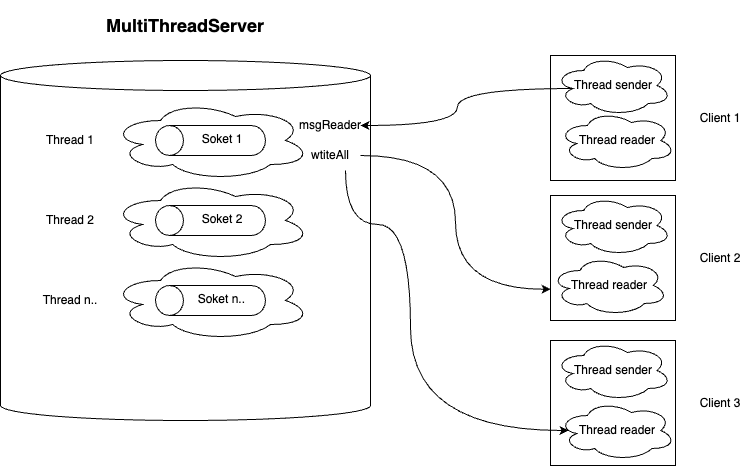
Earlier version of the draw.io export Diag.png (dmitryhatsayuk/SuperChat2). Source tidied: cells renumbered, new cells last; positions are measured from the earlier drawing's top-left corner, leaving out a move shared by most shapes. Its diagram source:
```xml
<mxGraphModel>
  <root>
    <mxCell id="0" />
    <mxCell id="1" parent="0" />
    <mxCell id="2" style="shape=cylinder3;whiteSpace=wrap;html=1;boundedLbl=1;backgroundOutline=1;size=15;" parent="1" vertex="1">
      <mxGeometry y="50" width="370" height="360" as="geometry" />
    </mxCell>
    <mxCell id="3" style="ellipse;shape=cloud;whiteSpace=wrap;html=1;" parent="1" vertex="1">
      <mxGeometry x="110" y="170" width="200" height="80" as="geometry" />
    </mxCell>
    <mxCell id="4" style="edgeStyle=orthogonalEdgeStyle;curved=1;rounded=0;jettySize=auto;html=1;entryX=0;entryY=0.75;entryDx=0;entryDy=0;exitX=1;exitY=0.5;exitDx=0;exitDy=0;" parent="1" edge="1" source="26" target="15">
      <mxGeometry relative="1" as="geometry" />
    </mxCell>
    <mxCell id="5" style="ellipse;shape=cloud;whiteSpace=wrap;html=1;" parent="1" vertex="1">
      <mxGeometry x="110" y="90" width="200" height="80" as="geometry" />
    </mxCell>
    <mxCell id="6" style="ellipse;shape=cloud;whiteSpace=wrap;html=1;" parent="1" vertex="1">
      <mxGeometry x="110" y="250" width="200" height="80" as="geometry" />
    </mxCell>
    <mxCell id="7" value="Soket 1" style="shape=cylinder3;whiteSpace=wrap;html=1;boundedLbl=1;backgroundOutline=1;size=14;rotation=-90;direction=east;textDirection=vertical-lr;" parent="1" vertex="1">
      <mxGeometry x="195" y="75" width="30" height="110" as="geometry" />
    </mxCell>
    <mxCell id="8" value="Soket 2" style="shape=cylinder3;whiteSpace=wrap;html=1;boundedLbl=1;backgroundOutline=1;size=14;rotation=-90;direction=east;textDirection=vertical-lr;" parent="1" vertex="1">
      <mxGeometry x="195" y="155" width="30" height="110" as="geometry" />
    </mxCell>
    <mxCell id="9" value="Soket n.." style="shape=cylinder3;whiteSpace=wrap;html=1;boundedLbl=1;backgroundOutline=1;size=14;rotation=-90;direction=east;textDirection=vertical-lr;" parent="1" vertex="1">
      <mxGeometry x="195" y="235" width="30" height="110" as="geometry" />
    </mxCell>
    <mxCell id="10" value="Thread 1" style="text;html=1;align=center;verticalAlign=middle;whiteSpace=wrap;rounded=0;" parent="1" vertex="1">
      <mxGeometry x="40" y="115" width="60" height="30" as="geometry" />
    </mxCell>
    <mxCell id="11" value="Thread 2" style="text;html=1;align=center;verticalAlign=middle;whiteSpace=wrap;rounded=0;" parent="1" vertex="1">
      <mxGeometry x="40" y="195" width="60" height="30" as="geometry" />
    </mxCell>
    <mxCell id="12" value="Thread n.." style="text;html=1;align=center;verticalAlign=middle;whiteSpace=wrap;rounded=0;" parent="1" vertex="1">
      <mxGeometry x="40" y="275" width="60" height="30" as="geometry" />
    </mxCell>
    <mxCell id="13" value="&lt;h2&gt;MultiThreadServer&lt;/h2&gt;" style="text;html=1;align=center;verticalAlign=middle;whiteSpace=wrap;rounded=0;" parent="1" vertex="1">
      <mxGeometry x="155" width="60" height="30" as="geometry" />
    </mxCell>
    <mxCell id="14" style="whiteSpace=wrap;html=1;" parent="1" vertex="1">
      <mxGeometry x="550" y="45" width="125" height="125" as="geometry" />
    </mxCell>
    <mxCell id="15" style="whiteSpace=wrap;html=1;" parent="1" vertex="1">
      <mxGeometry x="550" y="185" width="125" height="125" as="geometry" />
    </mxCell>
    <mxCell id="16" style="whiteSpace=wrap;html=1;" parent="1" vertex="1">
      <mxGeometry x="550" y="330" width="125" height="125" as="geometry" />
    </mxCell>
    <mxCell id="17" value="Thread sender" style="ellipse;shape=cloud;whiteSpace=wrap;html=1;" parent="1" vertex="1">
      <mxGeometry x="553.8" y="45" width="117.5" height="60" as="geometry" />
    </mxCell>
    <mxCell id="18" value="Thread reader" style="ellipse;shape=cloud;whiteSpace=wrap;html=1;" parent="1" vertex="1">
      <mxGeometry x="557.5" y="100" width="117.5" height="60" as="geometry" />
    </mxCell>
    <mxCell id="19" value="Thread sender" style="ellipse;shape=cloud;whiteSpace=wrap;html=1;" parent="1" vertex="1">
      <mxGeometry x="553.8" y="185" width="117.5" height="60" as="geometry" />
    </mxCell>
    <mxCell id="20" value="Thread reader" style="ellipse;shape=cloud;whiteSpace=wrap;html=1;" parent="1" vertex="1">
      <mxGeometry x="550" y="245" width="117.5" height="60" as="geometry" />
    </mxCell>
    <mxCell id="21" value="Thread sender" style="ellipse;shape=cloud;whiteSpace=wrap;html=1;" parent="1" vertex="1">
      <mxGeometry x="553.8" y="330" width="117.5" height="60" as="geometry" />
    </mxCell>
    <mxCell id="22" value="Thread reader" style="ellipse;shape=cloud;whiteSpace=wrap;html=1;" parent="1" vertex="1">
      <mxGeometry x="557.5" y="390" width="117.5" height="60" as="geometry" />
    </mxCell>
    <mxCell id="23" style="edgeStyle=orthogonalEdgeStyle;curved=1;rounded=0;jettySize=auto;html=1;exitX=0.75;exitY=1;exitDx=0;exitDy=0;entryX=0.089;entryY=0.517;entryDx=0;entryDy=0;entryPerimeter=0;" parent="1" edge="1" source="26" target="22">
      <mxGeometry relative="1" as="geometry">
        <Array as="points">
          <mxPoint x="345" y="214" />
          <mxPoint x="410" y="214" />
          <mxPoint x="410" y="420" />
        </Array>
      </mxGeometry>
    </mxCell>
    <mxCell id="24" style="edgeStyle=orthogonalEdgeStyle;curved=1;rounded=0;jettySize=auto;html=1;exitX=0.16;exitY=0.55;exitDx=0;exitDy=0;exitPerimeter=0;entryX=1;entryY=0.5;entryDx=0;entryDy=0;" parent="1" edge="1" source="17" target="25">
      <mxGeometry relative="1" as="geometry" />
    </mxCell>
    <mxCell id="25" value="msgReader" style="text;html=1;align=center;verticalAlign=middle;whiteSpace=wrap;rounded=0;" parent="1" vertex="1">
      <mxGeometry x="300" y="100" width="60" height="30" as="geometry" />
    </mxCell>
    <mxCell id="26" value="wtiteAll" style="text;html=1;align=center;verticalAlign=middle;whiteSpace=wrap;rounded=0;" parent="1" vertex="1">
      <mxGeometry x="300" y="130" width="60" height="30" as="geometry" />
    </mxCell>
    <mxCell id="27" value="Client 1" style="text;html=1;align=center;verticalAlign=middle;whiteSpace=wrap;rounded=0;" parent="1" vertex="1">
      <mxGeometry x="690" y="92.5" width="60" height="30" as="geometry" />
    </mxCell>
    <mxCell id="28" value="Client 2" style="text;html=1;align=center;verticalAlign=middle;whiteSpace=wrap;rounded=0;" parent="1" vertex="1">
      <mxGeometry x="690" y="232.5" width="60" height="30" as="geometry" />
    </mxCell>
    <mxCell id="29" value="Client 3" style="text;html=1;align=center;verticalAlign=middle;whiteSpace=wrap;rounded=0;" parent="1" vertex="1">
      <mxGeometry x="690" y="377.5" width="60" height="30" as="geometry" />
    </mxCell>
  </root>
</mxGraphModel>
```
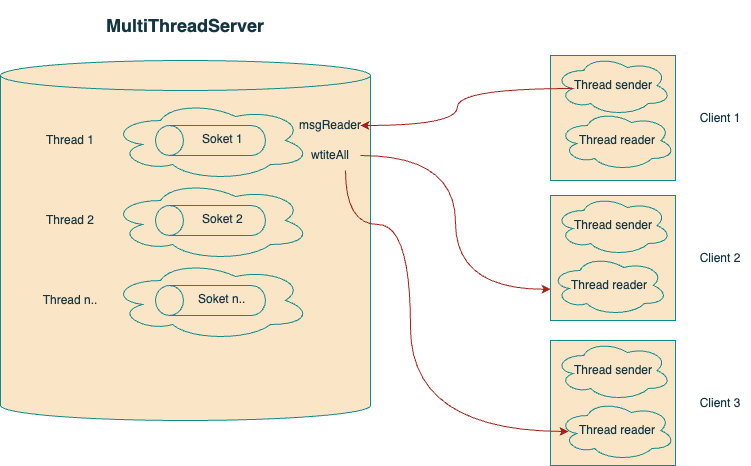
After the change.

The edit, as a diff of the source:
```diff
@@ -2,70 +2,70 @@
   <root>
     <mxCell id="0" />
     <mxCell id="1" parent="0" />
-    <mxCell id="2" style="shape=cylinder3;whiteSpace=wrap;html=1;boundedLbl=1;backgroundOutline=1;size=15;" parent="1" vertex="1">
+    <mxCell id="2" style="shape=cylinder3;whiteSpace=wrap;html=1;boundedLbl=1;backgroundOutline=1;size=15;labelBackgroundColor=none;fillColor=#FAE5C7;strokeColor=#0F8B8D;fontColor=#143642;" parent="1" vertex="1">
       <mxGeometry y="50" width="370" height="360" as="geometry" />
     </mxCell>
-    <mxCell id="3" style="ellipse;shape=cloud;whiteSpace=wrap;html=1;" parent="1" vertex="1">
+    <mxCell id="3" style="ellipse;shape=cloud;whiteSpace=wrap;html=1;labelBackgroundColor=none;fillColor=#FAE5C7;strokeColor=#0F8B8D;fontColor=#143642;" parent="1" vertex="1">
       <mxGeometry x="110" y="170" width="200" height="80" as="geometry" />
     </mxCell>
-    <mxCell id="4" style="edgeStyle=orthogonalEdgeStyle;curved=1;rounded=0;jettySize=auto;html=1;entryX=0;entryY=0.75;entryDx=0;entryDy=0;exitX=1;exitY=0.5;exitDx=0;exitDy=0;" parent="1" edge="1" source="26" target="15">
+    <mxCell id="4" style="edgeStyle=orthogonalEdgeStyle;curved=1;rounded=0;jettySize=auto;html=1;entryX=0;entryY=0.75;entryDx=0;entryDy=0;exitX=1;exitY=0.5;exitDx=0;exitDy=0;labelBackgroundColor=none;strokeColor=#A8201A;fontColor=default;" parent="1" edge="1" source="26" target="15">
       <mxGeometry relative="1" as="geometry" />
     </mxCell>
-    <mxCell id="5" style="ellipse;shape=cloud;whiteSpace=wrap;html=1;" parent="1" vertex="1">
+    <mxCell id="5" style="ellipse;shape=cloud;whiteSpace=wrap;html=1;labelBackgroundColor=none;fillColor=#FAE5C7;strokeColor=#0F8B8D;fontColor=#143642;" parent="1" vertex="1">
       <mxGeometry x="110" y="90" width="200" height="80" as="geometry" />
     </mxCell>
-    <mxCell id="6" style="ellipse;shape=cloud;whiteSpace=wrap;html=1;" parent="1" vertex="1">
+    <mxCell id="6" style="ellipse;shape=cloud;whiteSpace=wrap;html=1;labelBackgroundColor=none;fillColor=#FAE5C7;strokeColor=#0F8B8D;fontColor=#143642;" parent="1" vertex="1">
       <mxGeometry x="110" y="250" width="200" height="80" as="geometry" />
     </mxCell>
-    <mxCell id="7" value="Soket 1" style="shape=cylinder3;whiteSpace=wrap;html=1;boundedLbl=1;backgroundOutline=1;size=14;rotation=-90;direction=east;textDirection=vertical-lr;" parent="1" vertex="1">
+    <mxCell id="7" value="Soket 1" style="shape=cylinder3;whiteSpace=wrap;html=1;boundedLbl=1;backgroundOutline=1;size=14;rotation=-90;direction=east;textDirection=vertical-lr;labelBackgroundColor=none;fillColor=#FAE5C7;strokeColor=#0F8B8D;fontColor=#143642;" parent="1" vertex="1">
       <mxGeometry x="195" y="75" width="30" height="110" as="geometry" />
     </mxCell>
-    <mxCell id="8" value="Soket 2" style="shape=cylinder3;whiteSpace=wrap;html=1;boundedLbl=1;backgroundOutline=1;size=14;rotation=-90;direction=east;textDirection=vertical-lr;" parent="1" vertex="1">
+    <mxCell id="8" value="Soket 2" style="shape=cylinder3;whiteSpace=wrap;html=1;boundedLbl=1;backgroundOutline=1;size=14;rotation=-90;direction=east;textDirection=vertical-lr;labelBackgroundColor=none;fillColor=#FAE5C7;strokeColor=#0F8B8D;fontColor=#143642;" parent="1" vertex="1">
       <mxGeometry x="195" y="155" width="30" height="110" as="geometry" />
     </mxCell>
-    <mxCell id="9" value="Soket n.." style="shape=cylinder3;whiteSpace=wrap;html=1;boundedLbl=1;backgroundOutline=1;size=14;rotation=-90;direction=east;textDirection=vertical-lr;" parent="1" vertex="1">
+    <mxCell id="9" value="Soket n.." style="shape=cylinder3;whiteSpace=wrap;html=1;boundedLbl=1;backgroundOutline=1;size=14;rotation=-90;direction=east;textDirection=vertical-lr;labelBackgroundColor=none;fillColor=#FAE5C7;strokeColor=#0F8B8D;fontColor=#143642;" parent="1" vertex="1">
       <mxGeometry x="195" y="235" width="30" height="110" as="geometry" />
     </mxCell>
-    <mxCell id="10" value="Thread 1" style="text;html=1;align=center;verticalAlign=middle;whiteSpace=wrap;rounded=0;" parent="1" vertex="1">
+    <mxCell id="10" value="Thread 1" style="text;html=1;align=center;verticalAlign=middle;whiteSpace=wrap;rounded=0;labelBackgroundColor=none;fontColor=#143642;" parent="1" vertex="1">
       <mxGeometry x="40" y="115" width="60" height="30" as="geometry" />
     </mxCell>
-    <mxCell id="11" value="Thread 2" style="text;html=1;align=center;verticalAlign=middle;whiteSpace=wrap;rounded=0;" parent="1" vertex="1">
+    <mxCell id="11" value="Thread 2" style="text;html=1;align=center;verticalAlign=middle;whiteSpace=wrap;rounded=0;labelBackgroundColor=none;fontColor=#143642;" parent="1" vertex="1">
       <mxGeometry x="40" y="195" width="60" height="30" as="geometry" />
     </mxCell>
-    <mxCell id="12" value="Thread n.." style="text;html=1;align=center;verticalAlign=middle;whiteSpace=wrap;rounded=0;" parent="1" vertex="1">
+    <mxCell id="12" value="Thread n.." style="text;html=1;align=center;verticalAlign=middle;whiteSpace=wrap;rounded=0;labelBackgroundColor=none;fontColor=#143642;" parent="1" vertex="1">
       <mxGeometry x="40" y="275" width="60" height="30" as="geometry" />
     </mxCell>
-    <mxCell id="13" value="&lt;h2&gt;MultiThreadServer&lt;/h2&gt;" style="text;html=1;align=center;verticalAlign=middle;whiteSpace=wrap;rounded=0;" parent="1" vertex="1">
+    <mxCell id="13" value="&lt;h2&gt;MultiThreadServer&lt;/h2&gt;" style="text;html=1;align=center;verticalAlign=middle;whiteSpace=wrap;rounded=0;labelBackgroundColor=none;fontColor=#143642;" parent="1" vertex="1">
       <mxGeometry x="155" width="60" height="30" as="geometry" />
     </mxCell>
-    <mxCell id="14" style="whiteSpace=wrap;html=1;" parent="1" vertex="1">
+    <mxCell id="14" style="whiteSpace=wrap;html=1;labelBackgroundColor=none;fillColor=#FAE5C7;strokeColor=#0F8B8D;fontColor=#143642;" parent="1" vertex="1">
       <mxGeometry x="550" y="45" width="125" height="125" as="geometry" />
     </mxCell>
-    <mxCell id="15" style="whiteSpace=wrap;html=1;" parent="1" vertex="1">
+    <mxCell id="15" style="whiteSpace=wrap;html=1;labelBackgroundColor=none;fillColor=#FAE5C7;strokeColor=#0F8B8D;fontColor=#143642;" parent="1" vertex="1">
       <mxGeometry x="550" y="185" width="125" height="125" as="geometry" />
     </mxCell>
-    <mxCell id="16" style="whiteSpace=wrap;html=1;" parent="1" vertex="1">
+    <mxCell id="16" style="whiteSpace=wrap;html=1;labelBackgroundColor=none;fillColor=#FAE5C7;strokeColor=#0F8B8D;fontColor=#143642;" parent="1" vertex="1">
       <mxGeometry x="550" y="330" width="125" height="125" as="geometry" />
     </mxCell>
-    <mxCell id="17" value="Thread sender" style="ellipse;shape=cloud;whiteSpace=wrap;html=1;" parent="1" vertex="1">
+    <mxCell id="17" value="Thread sender" style="ellipse;shape=cloud;whiteSpace=wrap;html=1;labelBackgroundColor=none;fillColor=#FAE5C7;strokeColor=#0F8B8D;fontColor=#143642;" parent="1" vertex="1">
       <mxGeometry x="553.8" y="45" width="117.5" height="60" as="geometry" />
     </mxCell>
-    <mxCell id="18" value="Thread reader" style="ellipse;shape=cloud;whiteSpace=wrap;html=1;" parent="1" vertex="1">
+    <mxCell id="18" value="Thread reader" style="ellipse;shape=cloud;whiteSpace=wrap;html=1;labelBackgroundColor=none;fillColor=#FAE5C7;strokeColor=#0F8B8D;fontColor=#143642;" parent="1" vertex="1">
       <mxGeometry x="557.5" y="100" width="117.5" height="60" as="geometry" />
     </mxCell>
-    <mxCell id="19" value="Thread sender" style="ellipse;shape=cloud;whiteSpace=wrap;html=1;" parent="1" vertex="1">
+    <mxCell id="19" value="Thread sender" style="ellipse;shape=cloud;whiteSpace=wrap;html=1;labelBackgroundColor=none;fillColor=#FAE5C7;strokeColor=#0F8B8D;fontColor=#143642;" parent="1" vertex="1">
       <mxGeometry x="553.8" y="185" width="117.5" height="60" as="geometry" />
     </mxCell>
-    <mxCell id="20" value="Thread reader" style="ellipse;shape=cloud;whiteSpace=wrap;html=1;" parent="1" vertex="1">
+    <mxCell id="20" value="Thread reader" style="ellipse;shape=cloud;whiteSpace=wrap;html=1;labelBackgroundColor=none;fillColor=#FAE5C7;strokeColor=#0F8B8D;fontColor=#143642;" parent="1" vertex="1">
       <mxGeometry x="550" y="245" width="117.5" height="60" as="geometry" />
     </mxCell>
-    <mxCell id="21" value="Thread sender" style="ellipse;shape=cloud;whiteSpace=wrap;html=1;" parent="1" vertex="1">
+    <mxCell id="21" value="Thread sender" style="ellipse;shape=cloud;whiteSpace=wrap;html=1;labelBackgroundColor=none;fillColor=#FAE5C7;strokeColor=#0F8B8D;fontColor=#143642;" parent="1" vertex="1">
       <mxGeometry x="553.8" y="330" width="117.5" height="60" as="geometry" />
     </mxCell>
-    <mxCell id="22" value="Thread reader" style="ellipse;shape=cloud;whiteSpace=wrap;html=1;" parent="1" vertex="1">
+    <mxCell id="22" value="Thread reader" style="ellipse;shape=cloud;whiteSpace=wrap;html=1;labelBackgroundColor=none;fillColor=#FAE5C7;strokeColor=#0F8B8D;fontColor=#143642;" parent="1" vertex="1">
       <mxGeometry x="557.5" y="390" width="117.5" height="60" as="geometry" />
     </mxCell>
-    <mxCell id="23" style="edgeStyle=orthogonalEdgeStyle;curved=1;rounded=0;jettySize=auto;html=1;exitX=0.75;exitY=1;exitDx=0;exitDy=0;entryX=0.089;entryY=0.517;entryDx=0;entryDy=0;entryPerimeter=0;" parent="1" edge="1" source="26" target="22">
+    <mxCell id="23" style="edgeStyle=orthogonalEdgeStyle;curved=1;rounded=0;jettySize=auto;html=1;exitX=0.75;exitY=1;exitDx=0;exitDy=0;entryX=0.089;entryY=0.517;entryDx=0;entryDy=0;entryPerimeter=0;labelBackgroundColor=none;strokeColor=#A8201A;fontColor=default;" parent="1" edge="1" source="26" target="22">
       <mxGeometry relative="1" as="geometry">
         <Array as="points">
           <mxPoint x="345" y="214" />
@@ -74,22 +74,22 @@
         </Array>
       </mxGeometry>
     </mxCell>
-    <mxCell id="24" style="edgeStyle=orthogonalEdgeStyle;curved=1;rounded=0;jettySize=auto;html=1;exitX=0.16;exitY=0.55;exitDx=0;exitDy=0;exitPerimeter=0;entryX=1;entryY=0.5;entryDx=0;entryDy=0;" parent="1" edge="1" source="17" target="25">
+    <mxCell id="24" style="edgeStyle=orthogonalEdgeStyle;curved=1;rounded=0;jettySize=auto;html=1;exitX=0.16;exitY=0.55;exitDx=0;exitDy=0;exitPerimeter=0;entryX=1;entryY=0.5;entryDx=0;entryDy=0;labelBackgroundColor=none;strokeColor=#A8201A;fontColor=default;" parent="1" edge="1" source="17" target="25">
       <mxGeometry relative="1" as="geometry" />
     </mxCell>
-    <mxCell id="25" value="msgReader" style="text;html=1;align=center;verticalAlign=middle;whiteSpace=wrap;rounded=0;" parent="1" vertex="1">
+    <mxCell id="25" value="msgReader" style="text;html=1;align=center;verticalAlign=middle;whiteSpace=wrap;rounded=0;labelBackgroundColor=none;fontColor=#143642;" parent="1" vertex="1">
       <mxGeometry x="300" y="100" width="60" height="30" as="geometry" />
     </mxCell>
-    <mxCell id="26" value="wtiteAll" style="text;html=1;align=center;verticalAlign=middle;whiteSpace=wrap;rounded=0;" parent="1" vertex="1">
+    <mxCell id="26" value="wtiteAll" style="text;html=1;align=center;verticalAlign=middle;whiteSpace=wrap;rounded=0;labelBackgroundColor=none;fontColor=#143642;" parent="1" vertex="1">
       <mxGeometry x="300" y="130" width="60" height="30" as="geometry" />
     </mxCell>
-    <mxCell id="27" value="Client 1" style="text;html=1;align=center;verticalAlign=middle;whiteSpace=wrap;rounded=0;" parent="1" vertex="1">
+    <mxCell id="27" value="Client 1" style="text;html=1;align=center;verticalAlign=middle;whiteSpace=wrap;rounded=0;labelBackgroundColor=none;fontColor=#143642;" parent="1" vertex="1">
       <mxGeometry x="690" y="92.5" width="60" height="30" as="geometry" />
     </mxCell>
-    <mxCell id="28" value="Client 2" style="text;html=1;align=center;verticalAlign=middle;whiteSpace=wrap;rounded=0;" parent="1" vertex="1">
+    <mxCell id="28" value="Client 2" style="text;html=1;align=center;verticalAlign=middle;whiteSpace=wrap;rounded=0;labelBackgroundColor=none;fontColor=#143642;" parent="1" vertex="1">
       <mxGeometry x="690" y="232.5" width="60" height="30" as="geometry" />
     </mxCell>
-    <mxCell id="29" value="Client 3" style="text;html=1;align=center;verticalAlign=middle;whiteSpace=wrap;rounded=0;" parent="1" vertex="1">
+    <mxCell id="29" value="Client 3" style="text;html=1;align=center;verticalAlign=middle;whiteSpace=wrap;rounded=0;labelBackgroundColor=none;fontColor=#143642;" parent="1" vertex="1">
       <mxGeometry x="690" y="377.5" width="60" height="30" as="geometry" />
     </mxCell>
   </root>
```
